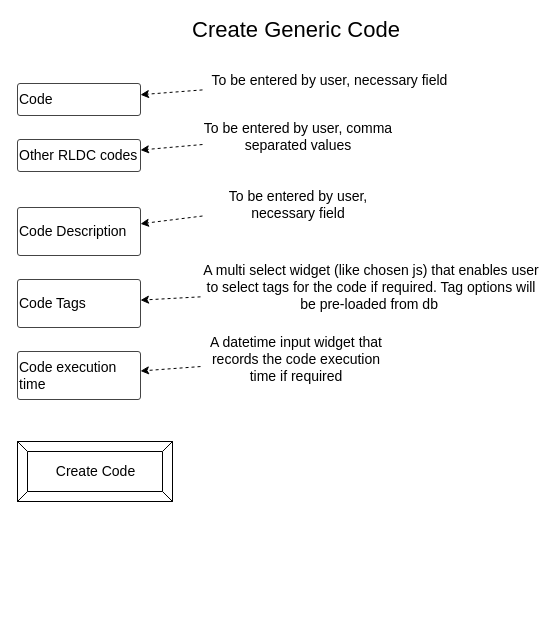
nagasudhirpulla/wrldc_codebook keeps this draw.io diagram as mocks/createGenericCodePage.drawio. Above is the earlier version. Source tidied: cells renumbered, new cells numbered last; positions are measured from the earlier drawing's top-left corner, leaving out a move shared by most shapes. Both pictures are drawn from the tidied source at 100%, with x=0, y=0 at pixel (17, 20).
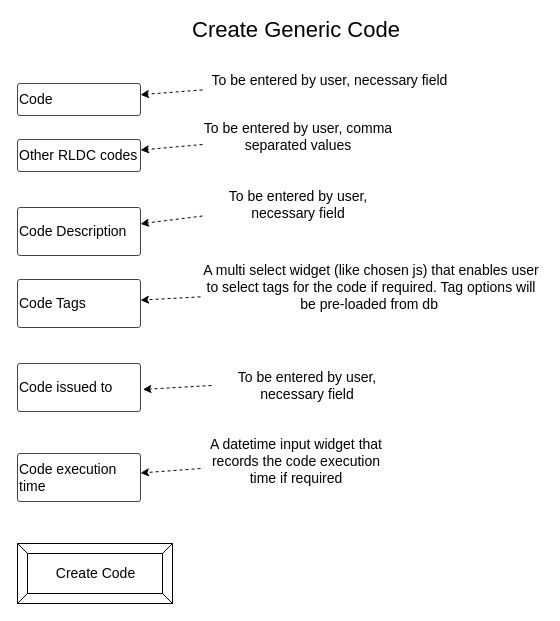
Above is the later version.

Change to the diagram source:
```diff
@@
     <mxCell id="15" value="Create Code" style="labelPosition=center;verticalLabelPosition=middle;align=center;html=1;shape=mxgraph.basic.button;dx=10;fontSize=14;" parent="1" vertex="1">
-      <mxGeometry y="421" width="155" height="60" as="geometry" />
+      <mxGeometry y="523" width="155" height="60" as="geometry" />
     </mxCell>
     <mxCell id="16" value="Code execution time" style="strokeWidth=1;html=1;shadow=0;dashed=0;shape=mxgraph.ios.iTextInput;strokeColor=#444444;buttonText=;fontSize=14;whiteSpace=wrap;align=left;" parent="1" vertex="1">
-      <mxGeometry y="331" width="123" height="48" as="geometry" />
+      <mxGeometry y="433" width="123" height="48" as="geometry" />
     </mxCell>
@@
     <mxCell id="18" value="A datetime input widget that records the code execution time if required" style="text;html=1;strokeColor=none;fillColor=none;align=center;verticalAlign=middle;whiteSpace=wrap;rounded=0;fontSize=14;" parent="1" vertex="1">
-      <mxGeometry x="183" y="303" width="192" height="72" as="geometry" />
+      <mxGeometry x="183" y="405" width="192" height="72" as="geometry" />
     </mxCell>
+    <mxCell id="19" value="Code issued to" style="strokeWidth=1;html=1;shadow=0;dashed=0;shape=mxgraph.ios.iTextInput;strokeColor=#444444;buttonText=;fontSize=14;whiteSpace=wrap;align=left;" parent="1" vertex="1">
+      <mxGeometry y="343" width="123" height="48" as="geometry" />
+    </mxCell>
+    <mxCell id="20" style="edgeStyle=none;rounded=0;jettySize=auto;html=1;fontSize=14;dashed=1;exitX=0;exitY=0.5;exitDx=0;exitDy=0;entryX=1.019;entryY=0.541;entryDx=0;entryDy=0;entryPerimeter=0;" parent="1" edge="1" source="21" target="19">
+      <mxGeometry relative="1" as="geometry" />
+    </mxCell>
+    <mxCell id="21" value="To be entered by user, necessary field" style="text;html=1;strokeColor=none;fillColor=none;align=center;verticalAlign=middle;whiteSpace=wrap;rounded=0;fontSize=14;" parent="1" vertex="1">
+      <mxGeometry x="194" y="329" width="192" height="72" as="geometry" />
+    </mxCell>
```
